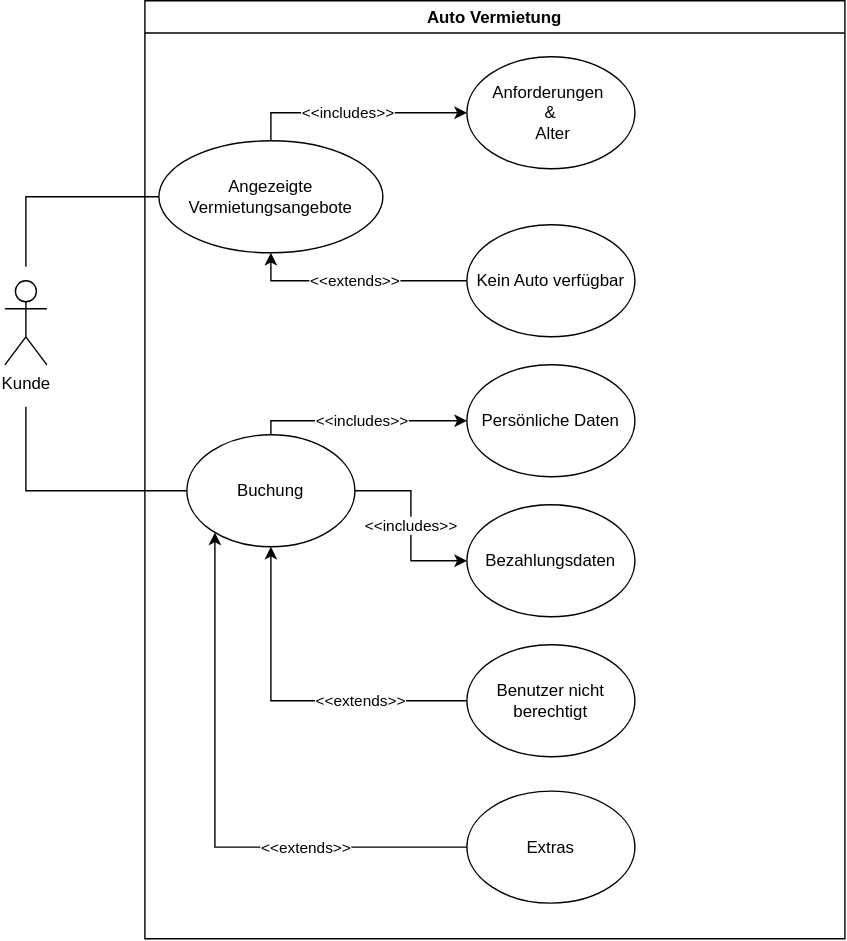
This is sw-eng-01.drawio.svg from MassimiIiano/software-eng-projects-uni, a draw.io export, as it was before one commit. Source tidied: cells renumbered, new cells last; positions are measured from the earlier drawing's top-left corner, leaving out a move shared by most shapes.
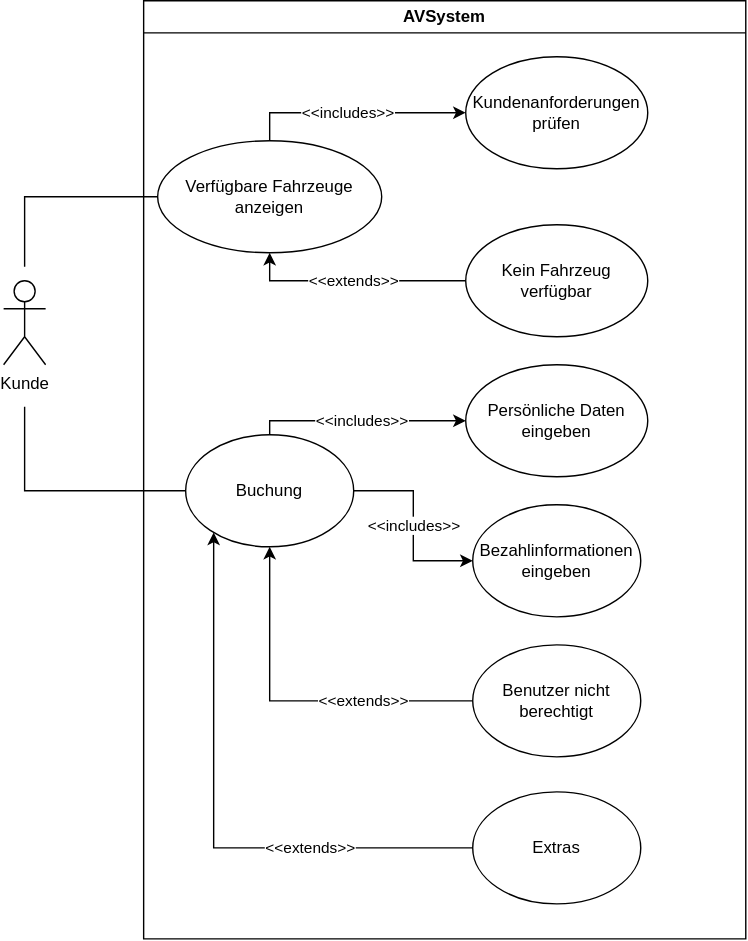
Later version of the same file.

The edit, as a diff of the source:
```diff
@@ -21,11 +21,11 @@
     <mxCell id="4" value="Kunde" style="shape=umlActor;verticalLabelPosition=bottom;verticalAlign=top;html=1;" parent="1" vertex="1">
       <mxGeometry y="200" width="30" height="60" as="geometry" />
     </mxCell>
-    <mxCell id="5" value="Auto Vermietung" style="swimlane;whiteSpace=wrap;html=1;" parent="1" vertex="1">
-      <mxGeometry x="100" width="500" height="670" as="geometry" />
+    <mxCell id="5" value="AVSystem" style="swimlane;whiteSpace=wrap;html=1;" parent="1" vertex="1">
+      <mxGeometry x="100" width="430" height="670" as="geometry" />
     </mxCell>
-    <mxCell id="6" value="Bezahlungsdaten" style="ellipse;whiteSpace=wrap;html=1;" parent="5" vertex="1">
-      <mxGeometry x="230" y="360" width="120" height="80" as="geometry" />
+    <mxCell id="6" value="Bezahlinformationen eingeben" style="ellipse;whiteSpace=wrap;html=1;" parent="5" vertex="1">
+      <mxGeometry x="235" y="360" width="120" height="80" as="geometry" />
     </mxCell>
     <mxCell id="7" value="&amp;lt;&amp;lt;includes&amp;gt;&amp;gt;" style="edgeStyle=orthogonalEdgeStyle;rounded=0;orthogonalLoop=1;jettySize=auto;html=1;endArrow=classic;endFill=1;entryX=0;entryY=0.5;entryDx=0;entryDy=0;startArrow=none;startFill=0;" parent="5" edge="1">
       <mxGeometry relative="1" as="geometry">
@@ -36,7 +36,7 @@
         </Array>
       </mxGeometry>
     </mxCell>
-    <mxCell id="8" value="&lt;p&gt;&lt;span class=&quot;--l --r sentence_highlight&quot;&gt;&lt;span class=&quot;--l --r&quot;&gt;Angezeigte Vermietungsangebote&lt;/span&gt;&lt;span class=&quot;--l --r&quot;&gt;&lt;br&gt;&lt;/span&gt;&lt;/span&gt;&lt;/p&gt;" style="ellipse;whiteSpace=wrap;html=1;" parent="5" vertex="1">
+    <mxCell id="8" value="&lt;p&gt;&lt;span class=&quot;--l --r sentence_highlight&quot;&gt;&lt;span class=&quot;--l --r&quot;&gt;Verfügbare Fahrzeuge anzeigen&lt;/span&gt;&lt;span class=&quot;--l --r&quot;&gt;&lt;br&gt;&lt;/span&gt;&lt;/span&gt;&lt;/p&gt;" style="ellipse;whiteSpace=wrap;html=1;" parent="5" vertex="1">
       <mxGeometry x="10" y="100" width="160" height="80" as="geometry" />
     </mxCell>
     <mxCell id="9" value="&amp;lt;&amp;lt;includes&amp;gt;&amp;gt;" style="edgeStyle=orthogonalEdgeStyle;rounded=0;jettySize=auto;html=1;endArrow=classic;endFill=1;startArrow=none;startFill=0;" parent="5" edge="1" source="13" target="6">
@@ -66,14 +66,14 @@
     <mxCell id="13" value="Buchung" style="ellipse;whiteSpace=wrap;html=1;" parent="5" vertex="1">
       <mxGeometry x="30" y="310" width="120" height="80" as="geometry" />
     </mxCell>
-    <mxCell id="14" value="&lt;div&gt;Persönliche Daten&lt;/div&gt;" style="ellipse;whiteSpace=wrap;html=1;" parent="5" vertex="1">
-      <mxGeometry x="230" y="260" width="120" height="80" as="geometry" />
+    <mxCell id="14" value="&lt;div&gt;Persönliche Daten eingeben&lt;/div&gt;" style="ellipse;whiteSpace=wrap;html=1;" parent="5" vertex="1">
+      <mxGeometry x="230" y="260" width="130" height="80" as="geometry" />
     </mxCell>
-    <mxCell id="15" value="&lt;div&gt;Anforderungen&amp;nbsp;&lt;/div&gt;&lt;div&gt;&amp;amp;&lt;/div&gt;&lt;div&gt;&amp;nbsp;Alter&lt;/div&gt;" style="ellipse;whiteSpace=wrap;html=1;" parent="5" vertex="1">
-      <mxGeometry x="230" y="40" width="120" height="80" as="geometry" />
+    <mxCell id="15" value="Kundenanforderungen prüfen" style="ellipse;whiteSpace=wrap;html=1;" parent="5" vertex="1">
+      <mxGeometry x="230" y="40" width="130" height="80" as="geometry" />
     </mxCell>
-    <mxCell id="16" value="Kein Auto verfügbar" style="ellipse;whiteSpace=wrap;html=1;" parent="5" vertex="1">
-      <mxGeometry x="230" y="160" width="120" height="80" as="geometry" />
+    <mxCell id="16" value="Kein Fahrzeug verfügbar" style="ellipse;whiteSpace=wrap;html=1;" parent="5" vertex="1">
+      <mxGeometry x="230" y="160" width="130" height="80" as="geometry" />
     </mxCell>
     <mxCell id="17" value="&amp;lt;&amp;lt;extends&amp;gt;&amp;gt;" style="edgeStyle=orthogonalEdgeStyle;rounded=0;jettySize=auto;html=1;entryX=0;entryY=0.5;entryDx=0;entryDy=0;startArrow=classic;startFill=1;endArrow=none;endFill=0;" parent="5" edge="1" source="8" target="16">
       <mxGeometry relative="1" as="geometry">
@@ -83,10 +83,10 @@
       </mxGeometry>
     </mxCell>
     <mxCell id="18" value="Benutzer nicht berechtigt" style="ellipse;whiteSpace=wrap;html=1;" parent="5" vertex="1">
-      <mxGeometry x="230" y="460" width="120" height="80" as="geometry" />
+      <mxGeometry x="235" y="460" width="120" height="80" as="geometry" />
     </mxCell>
     <mxCell id="19" value="Extras" style="ellipse;whiteSpace=wrap;html=1;" parent="5" vertex="1">
-      <mxGeometry x="230" y="564.5" width="120" height="80" as="geometry" />
+      <mxGeometry x="235" y="565" width="120" height="80" as="geometry" />
     </mxCell>
   </root>
 </mxGraphModel>
```
